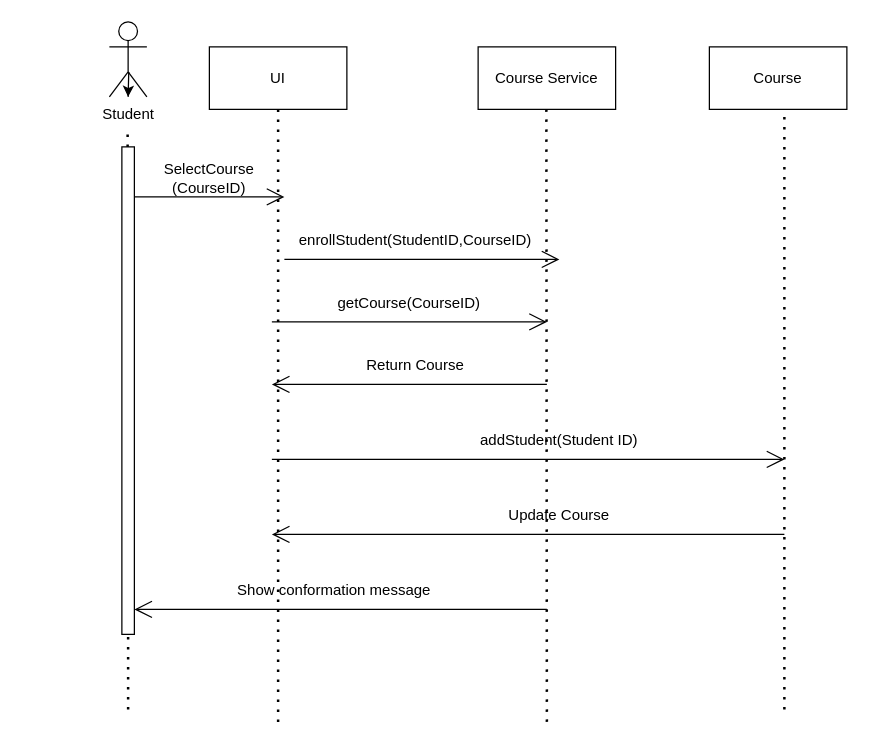
Earlier version of the draw.io diagram SeqDigram.drawio (John19-u/lab6). Source tidied: cells renumbered, new cells numbered last; positions are measured from the earlier drawing's top-left corner, leaving out a move shared by most shapes. Both pictures are drawn from the tidied source at 125%, with x=0, y=0 at pixel (109, 21).
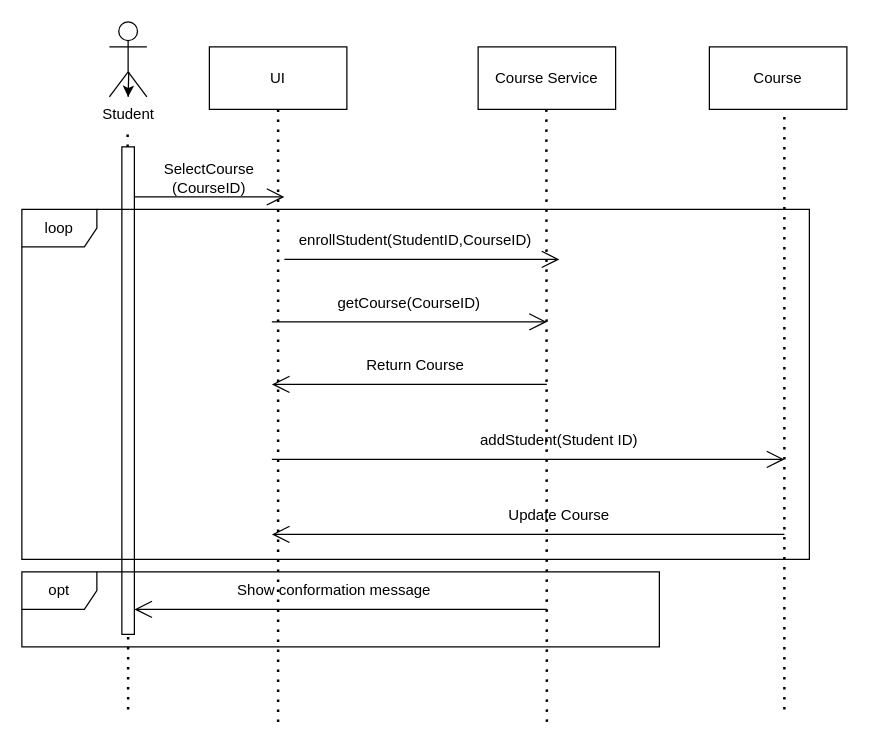
The same diagram, later.

Commit message:
editing in Seq Digram

Diff of the diagram source:
```diff
@@
+    <mxCell id="27" value="loop" style="shape=umlFrame;whiteSpace=wrap;html=1;" parent="1" vertex="1">
+      <mxGeometry x="-70" y="150" width="630" height="280" as="geometry" />
+    </mxCell>
+    <mxCell id="28" value="opt" style="shape=umlFrame;whiteSpace=wrap;html=1;" parent="1" vertex="1">
+      <mxGeometry x="-70" y="440" width="510" height="60" as="geometry" />
+    </mxCell>
```
